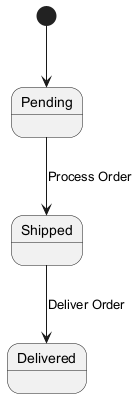
The PlantUML diagram CS747_images/uml_6.png in Wu-Zhaoyu/CS747_images, before a commit.
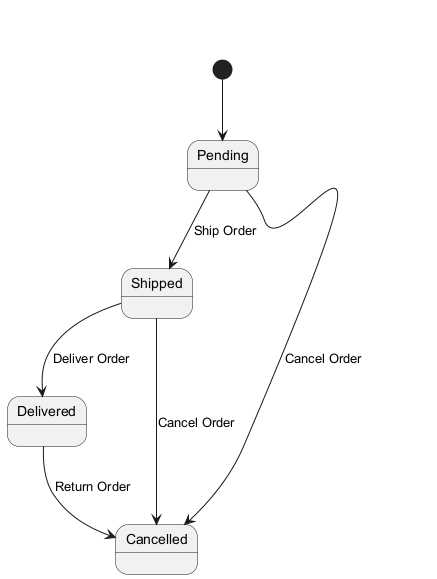
After the change.

What changed in the source:
```diff
@@ -1,7 +1,8 @@
 @startuml
 [*] --> Pending
-
-Pending --> Shipped : Process Order
+Pending --> Shipped : Ship Order
 Shipped --> Delivered : Deliver Order
-
+Pending --> Cancelled : Cancel Order
+Shipped --> Cancelled : Cancel Order
+Delivered --> Cancelled : Return Order
 @enduml
```
